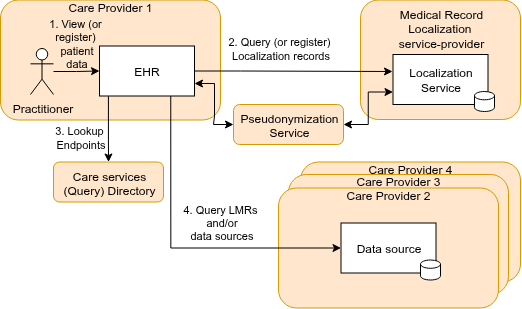
nuts-foundation/nl-generic-functions-ig keeps this draw.io diagram as input/images/localization-overview-transactions.png. Above is the earlier version. Source tidied: cells renumbered, new cells last; positions are measured from the earlier drawing's top-left corner, leaving out a move shared by most shapes.
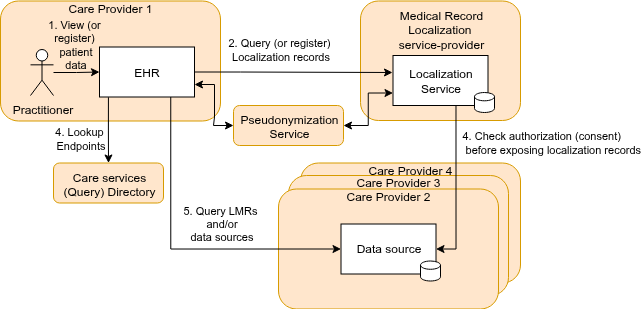
After the commit.

Commit message:
localization authorization with conetnt.attachment.url

What changed in the source:
```diff
@@ -60,7 +60,7 @@
     <mxCell id="17" style="edgeStyle=orthogonalEdgeStyle;rounded=0;jettySize=auto;html=1;exitX=0.75;exitY=1;exitDx=0;exitDy=0;entryX=0;entryY=0.5;entryDx=0;entryDy=0;" parent="1" edge="1" source="10" target="15">
       <mxGeometry relative="1" as="geometry" />
     </mxCell>
-    <mxCell id="18" value="4. Query LMRs&amp;nbsp;&lt;div&gt;and/or&lt;div&gt;data sources&lt;/div&gt;&lt;/div&gt;" style="edgeLabel;html=1;align=center;verticalAlign=middle;" parent="17" vertex="1">
+    <mxCell id="18" value="5. Query LMRs&amp;nbsp;&lt;div&gt;and/or&lt;div&gt;data sources&lt;/div&gt;&lt;/div&gt;" style="edgeLabel;html=1;align=center;verticalAlign=middle;" parent="17" vertex="1">
       <mxGeometry x="-0.14" y="1" relative="1" as="geometry">
         <mxPoint x="49" y="-13" as="offset" />
       </mxGeometry>
@@ -68,6 +68,14 @@
     <mxCell id="19" style="edgeStyle=orthogonalEdgeStyle;rounded=0;jettySize=auto;html=1;entryX=0;entryY=0.75;entryDx=0;entryDy=0;startArrow=classic;startFill=1;exitX=1;exitY=0.5;exitDx=0;exitDy=0;" parent="1" edge="1" source="5" target="20">
       <mxGeometry relative="1" as="geometry" />
     </mxCell>
+    <mxCell id="25" style="edgeStyle=orthogonalEdgeStyle;rounded=0;jettySize=auto;html=1;exitX=0.663;exitY=1.006;exitDx=0;exitDy=0;entryX=1;entryY=0.5;entryDx=0;entryDy=0;exitPerimeter=0;" parent="1" edge="1" source="20" target="15">
+      <mxGeometry relative="1" as="geometry" />
+    </mxCell>
+    <mxCell id="26" value="4. Check authorization (consent)&lt;div&gt;&amp;nbsp;before exposing localization records&lt;/div&gt;" style="edgeLabel;html=1;align=left;verticalAlign=middle;" parent="25" vertex="1">
+      <mxGeometry x="-0.56" relative="1" as="geometry">
+        <mxPoint x="5" y="1" as="offset" />
+      </mxGeometry>
+    </mxCell>
     <mxCell id="20" value="Localization&lt;div&gt;Service&lt;/div&gt;" style="rounded=0;whiteSpace=wrap;html=1;" parent="1" vertex="1">
       <mxGeometry x="392.5" y="55" width="95" height="50" as="geometry" />
     </mxCell>
@@ -80,7 +88,7 @@
     <mxCell id="23" style="edgeStyle=orthogonalEdgeStyle;rounded=0;jettySize=auto;html=1;entryX=0.5;entryY=0;entryDx=0;entryDy=0;exitX=0.094;exitY=1.006;exitDx=0;exitDy=0;exitPerimeter=0;" parent="1" edge="1" source="10" target="22">
       <mxGeometry relative="1" as="geometry" />
     </mxCell>
-    <mxCell id="24" value="3. Lookup&amp;nbsp;&lt;div&gt;Endpoints&lt;/div&gt;" style="edgeLabel;html=1;align=center;verticalAlign=middle;" parent="23" vertex="1">
+    <mxCell id="24" value="4. Lookup&amp;nbsp;&lt;div&gt;Endpoints&lt;/div&gt;" style="edgeLabel;html=1;align=center;verticalAlign=middle;" parent="23" vertex="1">
       <mxGeometry x="0.15" relative="1" as="geometry">
         <mxPoint x="-28" y="3" as="offset" />
       </mxGeometry>
```
